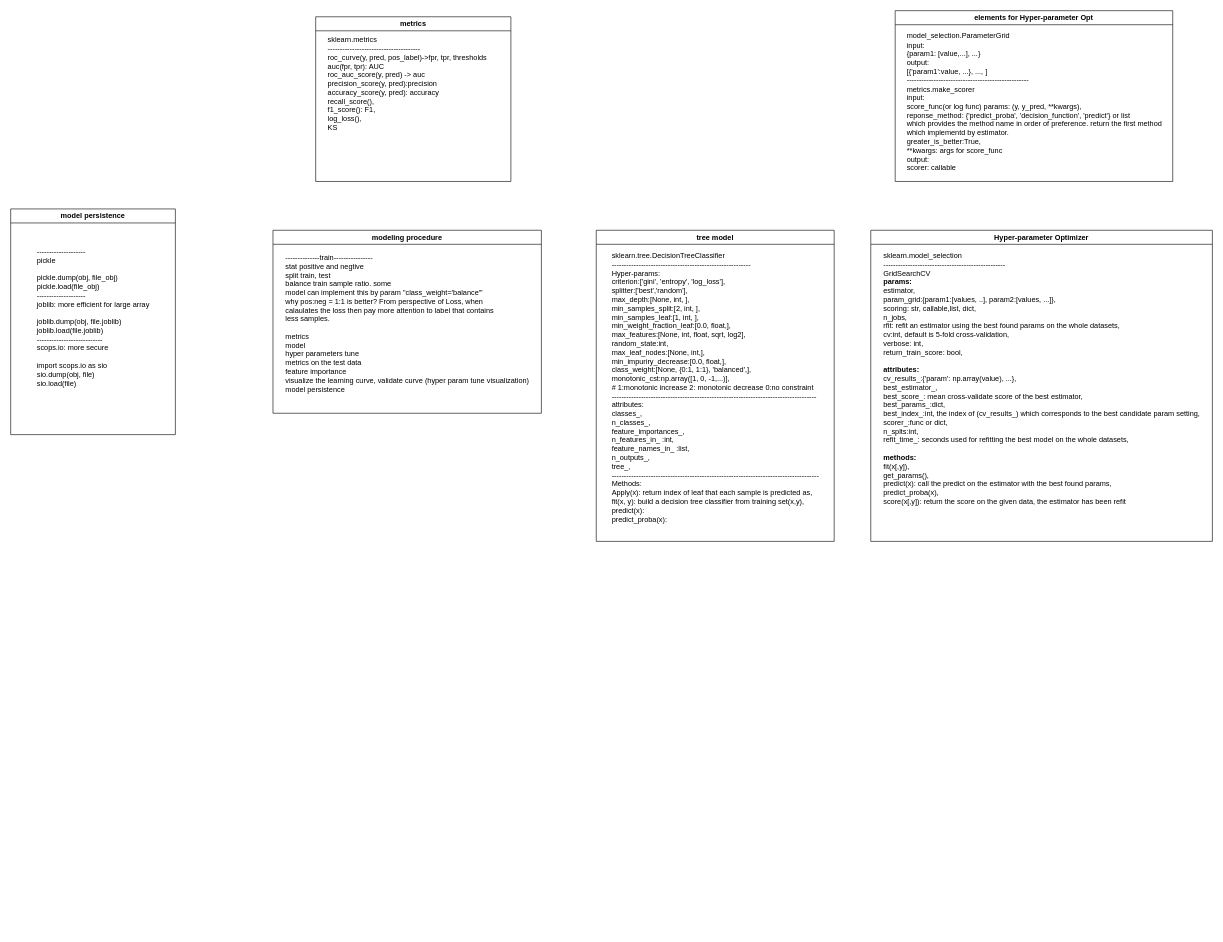
dawangbaixiaofu/credit keeps this draw.io diagram as models/give_me_some_credit/model.drawio. Above is the earlier version. Source tidied: cells renumbered, new cells numbered last; positions are measured from the earlier drawing's top-left corner, leaving out a move shared by most shapes. Both pictures are drawn from the tidied source at 61%, with x=0, y=0 at pixel (10, 10).
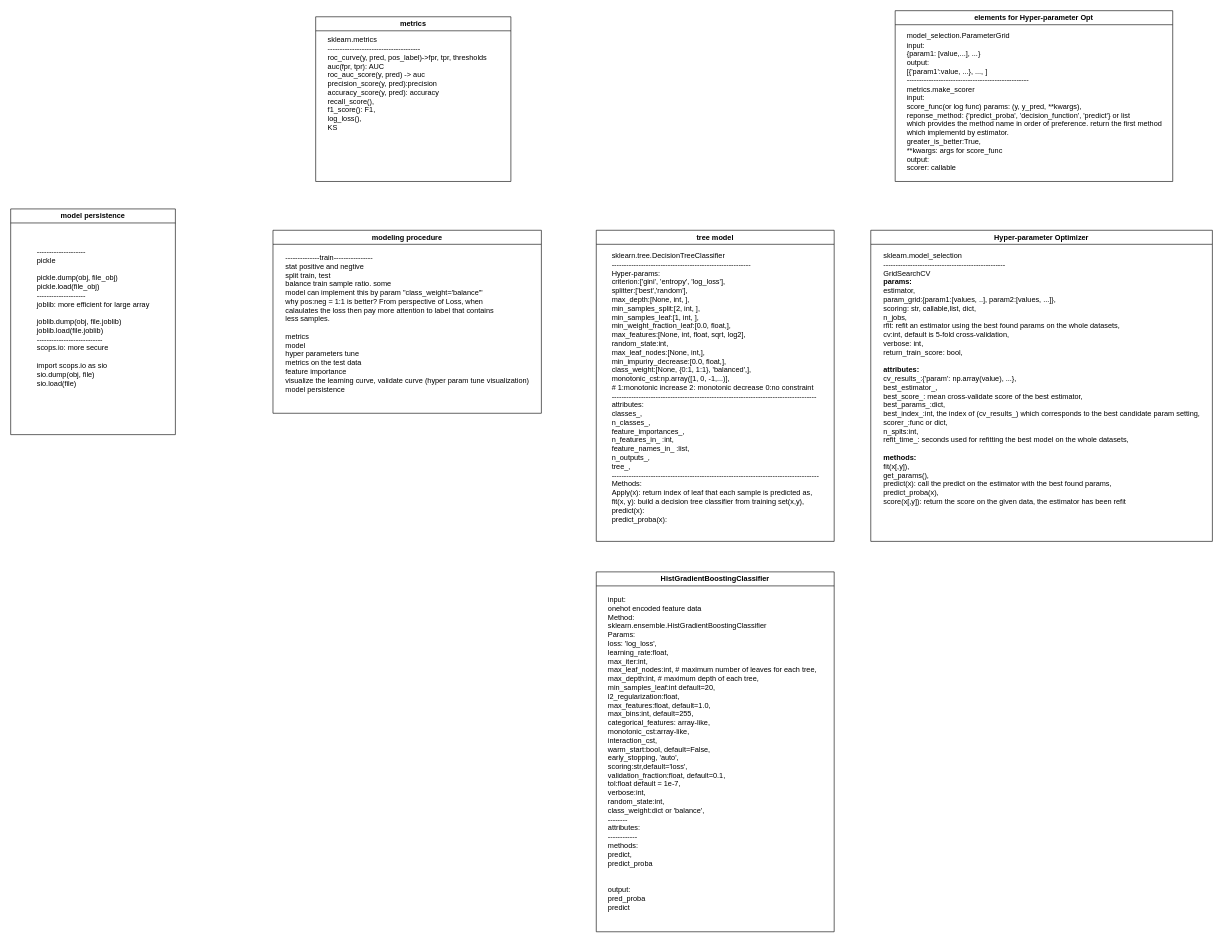
After the change.

Commit message (it also covers changes not shown here):
give_me_some_credit:model:HistGradientBoosting

The edit, as a diff of the source:
```diff
@@
 <mxGraphModel>
   <root>
     <mxCell id="0" />
     <mxCell id="1" parent="0" />
     <mxCell id="2" value="modeling procedure" style="swimlane;whiteSpace=wrap;html=1;" parent="1" vertex="1">
       <mxGeometry x="430" y="360" width="440" height="300" as="geometry" />
     </mxCell>
     <mxCell id="3" value="&lt;div style=&quot;text-align: justify;&quot;&gt;--------------train----------------&lt;/div&gt;&lt;div style=&quot;text-align: justify;&quot;&gt;stat positive and negtive&lt;br&gt;&lt;/div&gt;&lt;div style=&quot;text-align: justify;&quot;&gt;&lt;span style=&quot;background-color: initial;&quot;&gt;split train, test&lt;/span&gt;&lt;/div&gt;&lt;div style=&quot;text-align: justify;&quot;&gt;balance train sample ratio. some&amp;nbsp;&lt;span style=&quot;background-color: initial;&quot;&gt;&lt;br&gt;&lt;/span&gt;&lt;/div&gt;&lt;div style=&quot;text-align: justify;&quot;&gt;model can implement this by param &quot;class_weight='balance'&quot;&lt;/div&gt;&lt;div style=&quot;text-align: justify;&quot;&gt;why pos:neg = 1:1 is better? From perspective of Loss, when&amp;nbsp;&lt;/div&gt;&lt;div style=&quot;text-align: justify;&quot;&gt;calaulates the loss then pay more attention to label that contains&lt;/div&gt;&lt;div style=&quot;text-align: justify;&quot;&gt;less samples.&lt;/div&gt;&lt;div style=&quot;text-align: justify;&quot;&gt;&amp;nbsp;&lt;/div&gt;&lt;div style=&quot;text-align: justify;&quot;&gt;metrics&lt;/div&gt;&lt;div style=&quot;text-align: justify;&quot;&gt;model&lt;/div&gt;&lt;div style=&quot;text-align: justify;&quot;&gt;hyper parameters tune&lt;/div&gt;&lt;div style=&quot;text-align: justify;&quot;&gt;metrics on the test data&lt;/div&gt;&lt;div style=&quot;text-align: justify;&quot;&gt;feature importance&lt;/div&gt;&lt;div style=&quot;text-align: justify;&quot;&gt;visualize the learning curve, validate curve (hyper param tune visualization)&lt;/div&gt;&lt;div style=&quot;text-align: justify;&quot;&gt;model persistence&lt;/div&gt;&lt;div style=&quot;text-align: justify;&quot;&gt;&lt;br&gt;&lt;/div&gt;" style="text;html=1;align=center;verticalAlign=middle;strokeColor=none;fillColor=none;" parent="2" vertex="1">
       <mxGeometry x="10" y="30" width="420" height="260" as="geometry" />
     </mxCell>
     <mxCell id="4" value="tree model" style="swimlane;whiteSpace=wrap;html=1;" parent="1" vertex="1">
       <mxGeometry x="960" y="360" width="390" height="510" as="geometry" />
     </mxCell>
     <mxCell id="5" value="&lt;div style=&quot;text-align: justify;&quot;&gt;&lt;span style=&quot;background-color: initial;&quot;&gt;sklearn.tree.DecisionTreeClassifier&lt;/span&gt;&lt;/div&gt;&lt;div style=&quot;text-align: justify;&quot;&gt;&lt;span style=&quot;background-color: initial;&quot;&gt;---------------------------------------------------------&lt;/span&gt;&lt;/div&gt;&lt;div style=&quot;text-align: justify;&quot;&gt;Hyper-params:&lt;span style=&quot;background-color: initial;&quot;&gt;&lt;br&gt;&lt;/span&gt;&lt;/div&gt;&lt;div style=&quot;text-align: justify;&quot;&gt;criterion:['gini', 'entropy', 'log_loss'],&lt;/div&gt;&lt;div style=&quot;text-align: justify;&quot;&gt;splitter:['best','random'],&lt;/div&gt;&lt;div style=&quot;text-align: justify;&quot;&gt;max_depth:[None, int, ],&lt;/div&gt;&lt;div style=&quot;text-align: justify;&quot;&gt;min_samples_split:[2, int, ],&lt;/div&gt;&lt;div style=&quot;text-align: justify;&quot;&gt;min_samples_leaf:[1, int, ],&lt;/div&gt;&lt;div style=&quot;text-align: justify;&quot;&gt;min_weight_fraction_leaf:[0.0, float,],&lt;/div&gt;&lt;div style=&quot;text-align: justify;&quot;&gt;max_features:[None, int, float, sqrt, log2],&lt;/div&gt;&lt;div style=&quot;text-align: justify;&quot;&gt;random_state:int,&lt;/div&gt;&lt;div style=&quot;text-align: justify;&quot;&gt;max_leaf_nodes:[None, int,],&lt;/div&gt;&lt;div style=&quot;text-align: justify;&quot;&gt;min_impuriry_decrease:[0.0, float,],&lt;/div&gt;&lt;div style=&quot;text-align: justify;&quot;&gt;class_weight:[None, {0:1, 1:1}, 'balanced',],&lt;/div&gt;&lt;div style=&quot;text-align: justify;&quot;&gt;monotonic_cst:np.array([1, 0, -1,...)],&amp;nbsp;&lt;/div&gt;&lt;div style=&quot;text-align: justify;&quot;&gt;# 1:monotonic increase 2: monotonic decrease 0:no constraint&lt;/div&gt;&lt;div style=&quot;text-align: justify;&quot;&gt;------------------------------------------------------------------------------------&lt;/div&gt;&lt;div style=&quot;text-align: justify;&quot;&gt;attributes:&lt;/div&gt;&lt;div style=&quot;text-align: justify;&quot;&gt;classes_,&lt;/div&gt;&lt;div style=&quot;text-align: justify;&quot;&gt;n_classes_,&lt;/div&gt;&lt;div style=&quot;text-align: justify;&quot;&gt;feature_importances_,&lt;/div&gt;&lt;div style=&quot;text-align: justify;&quot;&gt;n_features_in_ :int,&amp;nbsp;&lt;/div&gt;&lt;div style=&quot;text-align: justify;&quot;&gt;feature_names_in_ :list,&lt;/div&gt;&lt;div style=&quot;text-align: justify;&quot;&gt;n_outputs_,&amp;nbsp;&lt;/div&gt;&lt;div style=&quot;text-align: justify;&quot;&gt;tree_,&lt;/div&gt;&lt;div style=&quot;text-align: justify;&quot;&gt;-------------------------------------------------------------------------------------&lt;/div&gt;&lt;div style=&quot;text-align: justify;&quot;&gt;Methods:&lt;/div&gt;&lt;div style=&quot;text-align: justify;&quot;&gt;Apply(x): return index of leaf that each sample is predicted as,&lt;/div&gt;&lt;div style=&quot;text-align: justify;&quot;&gt;fit(x, y): build a decision tree classifier from training set(x,y),&lt;/div&gt;&lt;div style=&quot;text-align: justify;&quot;&gt;predict(x):&lt;/div&gt;&lt;div style=&quot;text-align: justify;&quot;&gt;predict_proba(x):&lt;/div&gt;&lt;div style=&quot;text-align: justify;&quot;&gt;&lt;br&gt;&lt;/div&gt;" style="text;html=1;align=center;verticalAlign=middle;strokeColor=none;fillColor=none;" parent="4" vertex="1">
       <mxGeometry x="15" y="30" width="360" height="470" as="geometry" />
     </mxCell>
     <mxCell id="6" value="&lt;font face=&quot;Helvetica&quot;&gt;metrics&lt;/font&gt;" style="swimlane;whiteSpace=wrap;html=1;fontFamily=Times New Roman;" parent="1" vertex="1">
       <mxGeometry x="500" y="10" width="320" height="270" as="geometry" />
     </mxCell>
     <mxCell id="7" value="&lt;div style=&quot;text-align: justify;&quot;&gt;&lt;span style=&quot;background-color: initial;&quot;&gt;sklearn.metrics&lt;/span&gt;&lt;/div&gt;&lt;div style=&quot;text-align: justify;&quot;&gt;&lt;span style=&quot;background-color: initial;&quot;&gt;--------------------------------------&lt;/span&gt;&lt;/div&gt;&lt;div style=&quot;text-align: justify;&quot;&gt;&lt;span style=&quot;background-color: initial;&quot;&gt;roc_curve(y, pred, pos_label)-&amp;gt;fpr, tpr, thresholds&lt;/span&gt;&lt;/div&gt;&lt;div style=&quot;text-align: justify;&quot;&gt;&lt;span style=&quot;background-color: initial;&quot;&gt;auc(fpr, tpr): AUC&lt;/span&gt;&lt;/div&gt;&lt;div style=&quot;text-align: justify;&quot;&gt;&lt;span style=&quot;background-color: initial;&quot;&gt;roc_auc_score(y, pred) -&amp;gt; auc&lt;/span&gt;&lt;/div&gt;&lt;div style=&quot;text-align: justify;&quot;&gt;&lt;span style=&quot;background-color: initial;&quot;&gt;precision_score(y, pred):precision&lt;/span&gt;&lt;/div&gt;&lt;div style=&quot;text-align: justify;&quot;&gt;&lt;span style=&quot;background-color: initial;&quot;&gt;accuracy_score(y, pred): accuracy&lt;/span&gt;&lt;/div&gt;&lt;div style=&quot;text-align: justify;&quot;&gt;&lt;span style=&quot;background-color: initial;&quot;&gt;recall_score(),&lt;/span&gt;&lt;/div&gt;&lt;div style=&quot;text-align: justify;&quot;&gt;&lt;span style=&quot;background-color: initial;&quot;&gt;f1_score(): F1,&lt;/span&gt;&lt;/div&gt;&lt;div style=&quot;text-align: justify;&quot;&gt;&lt;span style=&quot;background-color: initial;&quot;&gt;log_loss(),&lt;/span&gt;&lt;/div&gt;&lt;div style=&quot;text-align: justify;&quot;&gt;&lt;span style=&quot;background-color: initial;&quot;&gt;KS&lt;/span&gt;&lt;/div&gt;" style="text;html=1;align=center;verticalAlign=middle;strokeColor=none;fillColor=none;fontFamily=Helvetica;" parent="6" vertex="1">
       <mxGeometry x="10" y="25" width="280" height="170" as="geometry" />
     </mxCell>
     <mxCell id="8" value="Hyper-parameter Optimizer" style="swimlane;whiteSpace=wrap;html=1;fontFamily=Helvetica;" parent="1" vertex="1">
       <mxGeometry x="1410" y="360" width="560" height="510" as="geometry" />
     </mxCell>
     <mxCell id="9" value="&lt;div style=&quot;text-align: justify;&quot;&gt;&lt;span style=&quot;background-color: initial;&quot;&gt;sklearn.model_selection&lt;/span&gt;&lt;/div&gt;&lt;div style=&quot;text-align: justify;&quot;&gt;--------------------------------------------------&lt;/div&gt;&lt;div style=&quot;text-align: justify;&quot;&gt;GridSearchCV&lt;/div&gt;&lt;div style=&quot;text-align: justify;&quot;&gt;&lt;b&gt;params:&lt;/b&gt;&lt;/div&gt;&lt;div style=&quot;text-align: justify;&quot;&gt;estimator,&lt;/div&gt;&lt;div style=&quot;text-align: justify;&quot;&gt;param_grid:{param1:[values, ..], param2:[values, ...]},&lt;/div&gt;&lt;div style=&quot;text-align: justify;&quot;&gt;scoring: str, callable,list, dict,&lt;/div&gt;&lt;div style=&quot;text-align: justify;&quot;&gt;n_jobs,&lt;/div&gt;&lt;div style=&quot;text-align: justify;&quot;&gt;rfit: refit an estimator using the best found params on the whole datasets,&lt;/div&gt;&lt;div style=&quot;text-align: justify;&quot;&gt;cv:int, default is 5-fold cross-validation,&lt;/div&gt;&lt;div style=&quot;text-align: justify;&quot;&gt;verbose: int,&lt;/div&gt;&lt;div style=&quot;text-align: justify;&quot;&gt;return_train_score: bool,&lt;/div&gt;&lt;div style=&quot;text-align: justify;&quot;&gt;&lt;br&gt;&lt;/div&gt;&lt;div style=&quot;text-align: justify;&quot;&gt;&lt;b&gt;attributes:&lt;/b&gt;&lt;/div&gt;&lt;div style=&quot;text-align: justify;&quot;&gt;cv_results_:{'param': np.array(value), ...},&lt;/div&gt;&lt;div style=&quot;text-align: justify;&quot;&gt;best_estimator_,&lt;/div&gt;&lt;div style=&quot;text-align: justify;&quot;&gt;best_score_: mean cross-validate score of the best estimator,&lt;/div&gt;&lt;div style=&quot;text-align: justify;&quot;&gt;best_params_:dict,&lt;/div&gt;&lt;div style=&quot;text-align: justify;&quot;&gt;best_index_:int, the index of (cv_results_) which corresponds to the best candidate param setting,&lt;/div&gt;&lt;div style=&quot;text-align: justify;&quot;&gt;scorer_:func or dict,&lt;/div&gt;&lt;div style=&quot;text-align: justify;&quot;&gt;n_splts:int,&lt;/div&gt;&lt;div style=&quot;text-align: justify;&quot;&gt;refit_time_: seconds used for refitting the best model on the whole datasets,&lt;/div&gt;&lt;div style=&quot;text-align: justify;&quot;&gt;&lt;br&gt;&lt;/div&gt;&lt;div style=&quot;text-align: justify;&quot;&gt;&lt;b&gt;methods:&lt;/b&gt;&lt;/div&gt;&lt;div style=&quot;text-align: justify;&quot;&gt;fit(x[,y]),&lt;/div&gt;&lt;div style=&quot;text-align: justify;&quot;&gt;get_params(),&lt;/div&gt;&lt;div style=&quot;text-align: justify;&quot;&gt;predict(x): call the predict on the estimator with the best found params,&lt;/div&gt;&lt;div style=&quot;text-align: justify;&quot;&gt;predict_proba(x),&lt;/div&gt;&lt;div style=&quot;text-align: justify;&quot;&gt;score(x[,y]): return the score on the given data, the estimator has been refit&lt;/div&gt;&lt;span style=&quot;text-align: justify;&quot;&gt;&lt;br&gt;&lt;/span&gt;&lt;div style=&quot;text-align: justify;&quot;&gt;&lt;br&gt;&lt;/div&gt;&lt;div style=&quot;text-align: justify;&quot;&gt;&lt;br&gt;&lt;/div&gt;" style="text;html=1;align=center;verticalAlign=middle;strokeColor=none;fillColor=none;fontFamily=Helvetica;" parent="8" vertex="1">
       <mxGeometry x="10" y="30" width="540" height="470" as="geometry" />
     </mxCell>
     <mxCell id="10" value="elements for Hyper-parameter Opt" style="swimlane;whiteSpace=wrap;html=1;fontFamily=Helvetica;" parent="1" vertex="1">
       <mxGeometry x="1450" width="455" height="280" as="geometry" />
     </mxCell>
     <mxCell id="11" value="&lt;div style=&quot;text-align: justify;&quot;&gt;&lt;span style=&quot;background-color: initial;&quot;&gt;model_selection.ParameterGrid&lt;/span&gt;&lt;/div&gt;&lt;div style=&quot;text-align: justify;&quot;&gt;&lt;span style=&quot;background-color: initial;&quot;&gt;input:&lt;/span&gt;&lt;/div&gt;&lt;div style=&quot;text-align: justify;&quot;&gt;&lt;span style=&quot;background-color: initial;&quot;&gt;{param1: [value,...], ...}&lt;/span&gt;&lt;/div&gt;&lt;div style=&quot;text-align: justify;&quot;&gt;&lt;span style=&quot;background-color: initial;&quot;&gt;output:&lt;/span&gt;&lt;/div&gt;&lt;div style=&quot;text-align: justify;&quot;&gt;&lt;span style=&quot;background-color: initial;&quot;&gt;[{'param1':value, ...}, ..., ]&lt;/span&gt;&lt;/div&gt;&lt;div style=&quot;text-align: justify;&quot;&gt;&lt;span style=&quot;background-color: initial;&quot;&gt;--------------------------------------------------&lt;/span&gt;&lt;/div&gt;&lt;div style=&quot;text-align: justify;&quot;&gt;&lt;span style=&quot;background-color: initial;&quot;&gt;metrics.make_scorer&lt;/span&gt;&lt;/div&gt;&lt;div style=&quot;text-align: justify;&quot;&gt;&lt;span style=&quot;background-color: initial;&quot;&gt;input:&lt;/span&gt;&lt;/div&gt;&lt;div style=&quot;text-align: justify;&quot;&gt;&lt;span style=&quot;background-color: initial;&quot;&gt;score_func(or log func) params: (y, y_pred, **kwargs),&lt;/span&gt;&lt;/div&gt;&lt;div style=&quot;text-align: justify;&quot;&gt;&lt;span style=&quot;background-color: initial;&quot;&gt;reponse_method: {'predict_proba', 'decision_function', 'predict'} or list&amp;nbsp;&lt;/span&gt;&lt;/div&gt;&lt;div style=&quot;text-align: justify;&quot;&gt;&lt;span style=&quot;background-color: initial;&quot;&gt;which provides the method name in order of preference. return the first method&lt;/span&gt;&lt;/div&gt;&lt;div style=&quot;text-align: justify;&quot;&gt;&lt;span style=&quot;background-color: initial;&quot;&gt;which implementd by estimator.&lt;/span&gt;&lt;/div&gt;&lt;div style=&quot;text-align: justify;&quot;&gt;&lt;span style=&quot;background-color: initial;&quot;&gt;greater_is_better:True,&lt;/span&gt;&lt;/div&gt;&lt;div style=&quot;text-align: justify;&quot;&gt;&lt;span style=&quot;background-color: initial;&quot;&gt;**kwargs: args for score_func&lt;/span&gt;&lt;/div&gt;&lt;div style=&quot;text-align: justify;&quot;&gt;&lt;span style=&quot;background-color: initial;&quot;&gt;output:&lt;/span&gt;&lt;/div&gt;&lt;div style=&quot;text-align: justify;&quot;&gt;&lt;span style=&quot;background-color: initial;&quot;&gt;scorer: callable&lt;/span&gt;&lt;/div&gt;" style="text;html=1;align=center;verticalAlign=middle;strokeColor=none;fillColor=none;fontFamily=Helvetica;" parent="10" vertex="1">
       <mxGeometry x="7.5" y="30" width="440" height="240" as="geometry" />
     </mxCell>
     <mxCell id="12" value="model persistence" style="swimlane;whiteSpace=wrap;html=1;fontFamily=Helvetica;" parent="1" vertex="1">
       <mxGeometry y="325" width="270" height="370" as="geometry" />
     </mxCell>
     <mxCell id="13" value="&lt;div style=&quot;text-align: justify;&quot;&gt;--------------------&lt;span style=&quot;background-color: initial;&quot;&gt;&lt;br&gt;&lt;/span&gt;&lt;/div&gt;&lt;div style=&quot;text-align: justify;&quot;&gt;&lt;span style=&quot;background-color: initial;&quot;&gt;pickle&lt;/span&gt;&lt;/div&gt;&lt;div style=&quot;text-align: justify;&quot;&gt;&lt;br&gt;&lt;/div&gt;&lt;div style=&quot;text-align: justify;&quot;&gt;pickle.dump(obj, file_obj)&lt;/div&gt;&lt;div style=&quot;text-align: justify;&quot;&gt;pickle.load(file_obj)&lt;/div&gt;&lt;div style=&quot;text-align: justify;&quot;&gt;--------------------&lt;/div&gt;&lt;div style=&quot;text-align: justify;&quot;&gt;joblib: more efficient for large array&lt;/div&gt;&lt;div style=&quot;text-align: justify;&quot;&gt;&lt;br&gt;&lt;/div&gt;&lt;div style=&quot;text-align: justify;&quot;&gt;joblib.dump(obj, file.joblib)&lt;/div&gt;&lt;div style=&quot;text-align: justify;&quot;&gt;joblib.load(file.joblib)&lt;/div&gt;&lt;div style=&quot;text-align: justify;&quot;&gt;---------------------------&lt;/div&gt;&lt;div style=&quot;text-align: justify;&quot;&gt;scops.io: more secure&lt;/div&gt;&lt;div style=&quot;text-align: justify;&quot;&gt;&lt;br&gt;&lt;/div&gt;&lt;div style=&quot;text-align: justify;&quot;&gt;import scops.io as sio&lt;br&gt;&lt;/div&gt;&lt;div style=&quot;text-align: justify;&quot;&gt;sio.dump(obj, file)&lt;/div&gt;&lt;div style=&quot;text-align: justify;&quot;&gt;sio.load(file)&lt;/div&gt;&lt;div style=&quot;text-align: justify;&quot;&gt;&lt;br&gt;&lt;/div&gt;" style="text;html=1;align=center;verticalAlign=middle;strokeColor=none;fillColor=none;fontFamily=Helvetica;" parent="12" vertex="1">
       <mxGeometry x="30" y="55" width="210" height="260" as="geometry" />
     </mxCell>
+    <mxCell id="14" value="HistGradientBoostingClassifier" style="swimlane;whiteSpace=wrap;html=1;" parent="1" vertex="1">
+      <mxGeometry x="960" y="920" width="390" height="590" as="geometry" />
+    </mxCell>
+    <mxCell id="15" value="&lt;div style=&quot;text-align: justify;&quot;&gt;&lt;span style=&quot;background-color: initial;&quot;&gt;input:&lt;/span&gt;&lt;/div&gt;&lt;div style=&quot;text-align: justify;&quot;&gt;&lt;span style=&quot;background-color: initial;&quot;&gt;onehot encoded feature data&lt;/span&gt;&lt;/div&gt;&lt;div style=&quot;text-align: justify;&quot;&gt;&lt;span style=&quot;background-color: initial;&quot;&gt;Method:&lt;/span&gt;&lt;/div&gt;&lt;div style=&quot;text-align: justify;&quot;&gt;&lt;span style=&quot;background-color: initial;&quot;&gt;sklearn.ensemble.HistGradientBoostingClassifier&lt;/span&gt;&lt;/div&gt;&lt;div style=&quot;text-align: justify;&quot;&gt;Params:&lt;/div&gt;&lt;div style=&quot;text-align: justify;&quot;&gt;loss: 'log_loss',&lt;/div&gt;&lt;div style=&quot;text-align: justify;&quot;&gt;learning_rate:float,&lt;/div&gt;&lt;div style=&quot;text-align: justify;&quot;&gt;max_iter:int,&lt;/div&gt;&lt;div style=&quot;text-align: justify;&quot;&gt;max_leaf_nodes:int, # maximum number of leaves for each tree,&lt;/div&gt;&lt;div style=&quot;text-align: justify;&quot;&gt;max_depth:int, # maximum depth of each tree,&lt;/div&gt;&lt;div style=&quot;text-align: justify;&quot;&gt;min_samples_leaf:int default=20,&lt;/div&gt;&lt;div style=&quot;text-align: justify;&quot;&gt;l2_regularization:float,&lt;/div&gt;&lt;div style=&quot;text-align: justify;&quot;&gt;max_features:float, default=1.0,&lt;/div&gt;&lt;div style=&quot;text-align: justify;&quot;&gt;max_bins:int, default=255,&lt;/div&gt;&lt;div style=&quot;text-align: justify;&quot;&gt;categorical_features: array-like,&lt;/div&gt;&lt;div style=&quot;text-align: justify;&quot;&gt;monotonic_cst:array-like,&lt;/div&gt;&lt;div style=&quot;text-align: justify;&quot;&gt;interaction_cst,&lt;/div&gt;&lt;div style=&quot;text-align: justify;&quot;&gt;warm_start:bool, default=False,&lt;/div&gt;&lt;div style=&quot;text-align: justify;&quot;&gt;early_stopping, 'auto',&lt;/div&gt;&lt;div style=&quot;text-align: justify;&quot;&gt;scoring:str,default='loss',&lt;/div&gt;&lt;div style=&quot;text-align: justify;&quot;&gt;validation_fraction:float, default=0.1,&lt;/div&gt;&lt;div style=&quot;text-align: justify;&quot;&gt;tol:float default = 1e-7,&lt;/div&gt;&lt;div style=&quot;text-align: justify;&quot;&gt;verbose:int,&lt;/div&gt;&lt;div style=&quot;text-align: justify;&quot;&gt;random_state:int,&lt;/div&gt;&lt;div style=&quot;text-align: justify;&quot;&gt;class_weight:dict or 'balance',&lt;/div&gt;&lt;div style=&quot;text-align: justify;&quot;&gt;--------&lt;/div&gt;&lt;div style=&quot;text-align: justify;&quot;&gt;attributes:&lt;/div&gt;&lt;div style=&quot;text-align: justify;&quot;&gt;------------&lt;/div&gt;&lt;div style=&quot;text-align: justify;&quot;&gt;methods:&lt;/div&gt;&lt;div style=&quot;text-align: justify;&quot;&gt;predict,&lt;/div&gt;&lt;div style=&quot;text-align: justify;&quot;&gt;predict_proba&lt;/div&gt;&lt;div style=&quot;text-align: justify;&quot;&gt;&lt;br&gt;&lt;/div&gt;&lt;div style=&quot;text-align: justify;&quot;&gt;&lt;br&gt;&lt;/div&gt;&lt;div style=&quot;text-align: justify;&quot;&gt;output:&lt;/div&gt;&lt;div style=&quot;text-align: justify;&quot;&gt;pred_proba&lt;/div&gt;&lt;div style=&quot;text-align: justify;&quot;&gt;predict&lt;/div&gt;&lt;div style=&quot;text-align: justify;&quot;&gt;&lt;br&gt;&lt;/div&gt;" style="text;html=1;align=center;verticalAlign=middle;strokeColor=none;fillColor=none;" parent="14" vertex="1">
+      <mxGeometry x="5" y="30" width="370" height="550" as="geometry" />
+    </mxCell>
   </root>
 </mxGraphModel>
```
